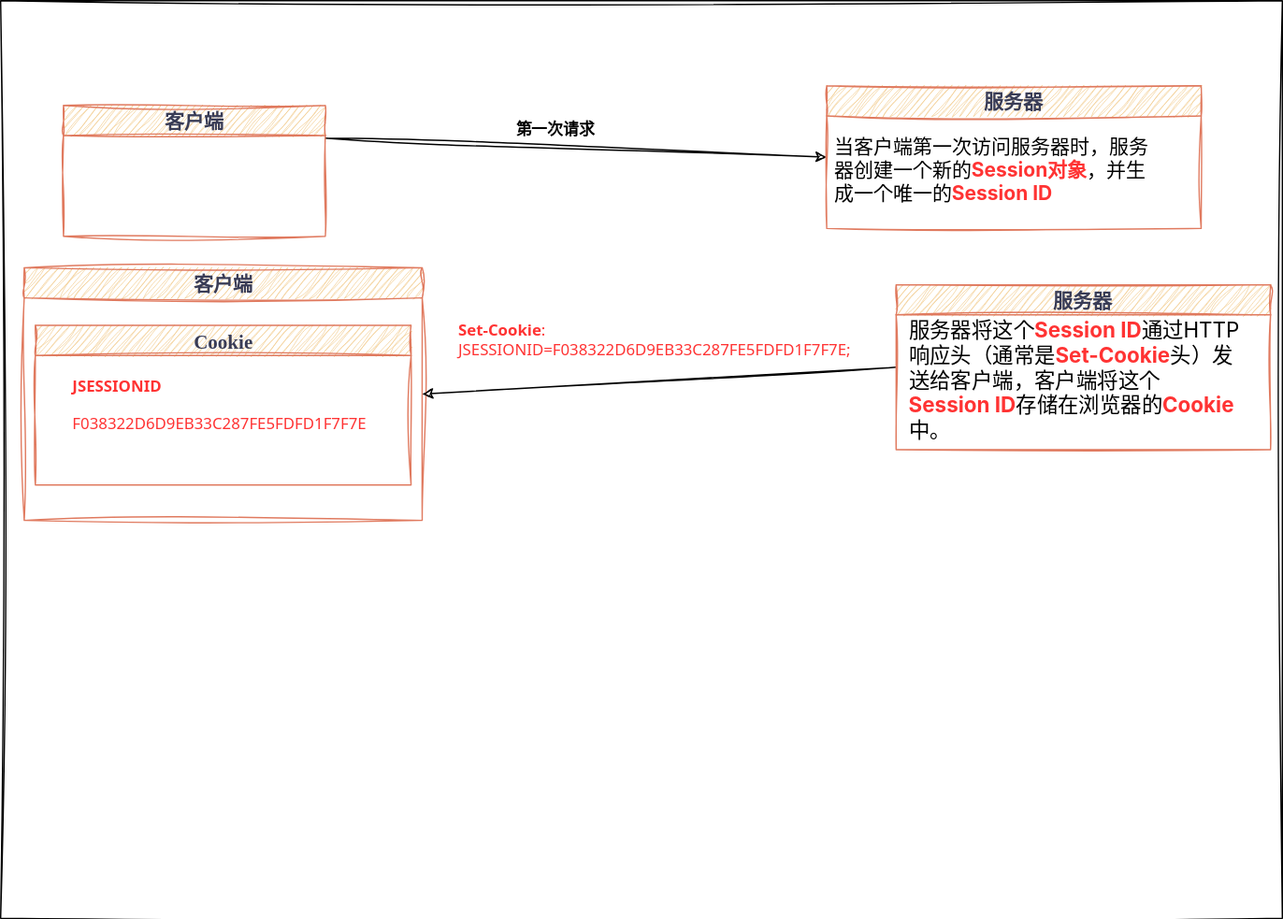
luguosong/images keeps this draw.io diagram as diagrams/java_serve/web_application/session_cookie/session原理图解.svg. Above is the earlier version. Source tidied: cells renumbered, new cells last; positions are measured from the earlier drawing's top-left corner, leaving out a move shared by most shapes.
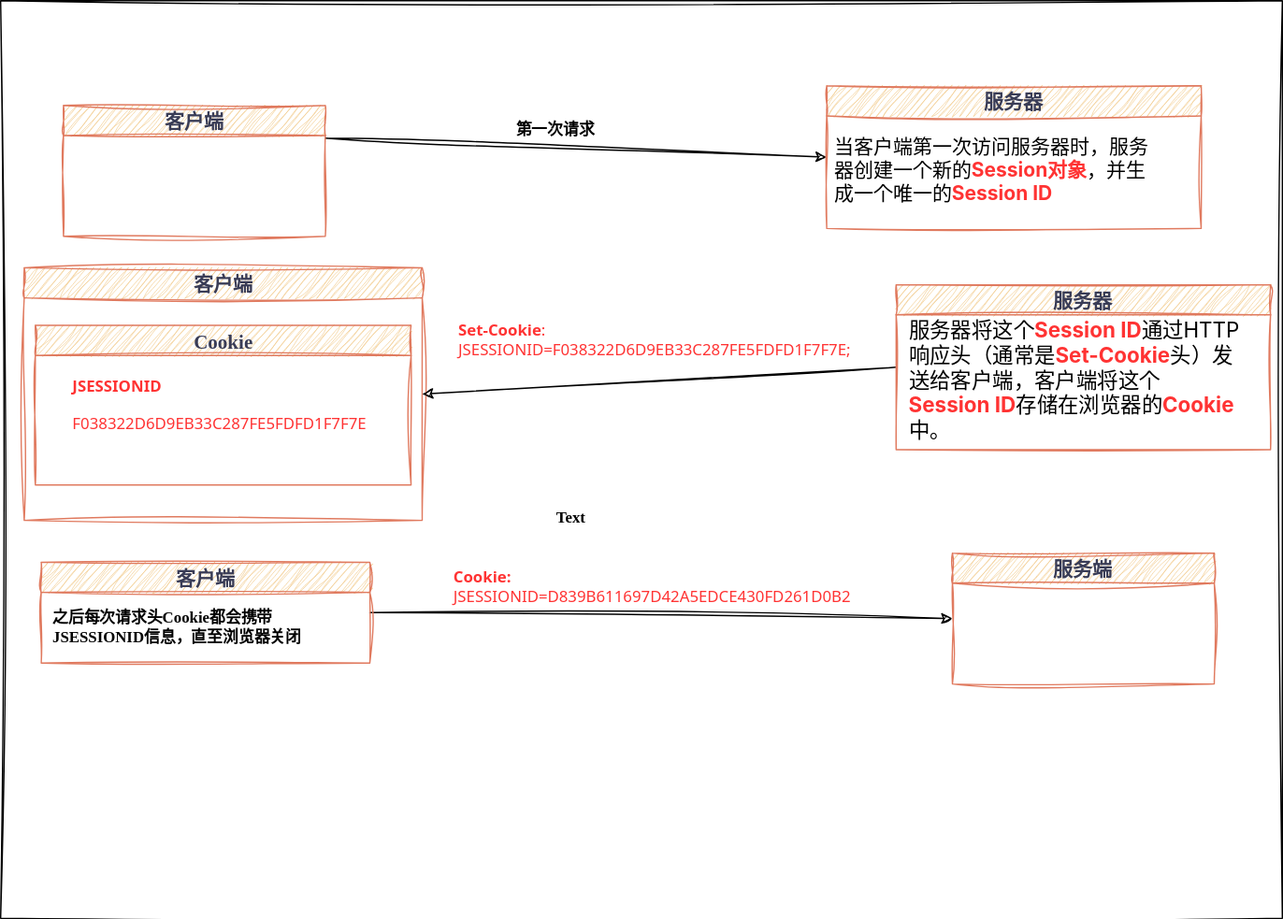
Later version of the same file.

Commit message:
更新session原理图解.svg

What changed in the source:
```diff
@@ -46,5 +46,23 @@
     <mxCell id="15" value="第一次请求" style="text;html=1;align=center;verticalAlign=middle;whiteSpace=wrap;rounded=0;fontFamily=LXGW WenKai;fontSize=12;fontColor=default;fontStyle=1;" parent="1" vertex="1">
       <mxGeometry x="372" y="84" width="104" height="30" as="geometry" />
     </mxCell>
+    <mxCell id="16" value="&lt;div style=&quot;width: 240px; min-width: 160px; max-width: 240px; flex-shrink: 0; text-transform: capitalize; overflow-wrap: break-word; font-family: system-ui, sans-serif; text-align: start;&quot; class=&quot;header-name&quot;&gt;&lt;span style=&quot;background-color: rgb(255, 255, 255);&quot;&gt;&lt;font style=&quot;&quot; color=&quot;#ff3333&quot;&gt;Cookie:&lt;/font&gt;&lt;/span&gt;&lt;/div&gt;&lt;div style=&quot;display: flex; overflow-wrap: anywhere; margin-inline-end: 14px; font-family: system-ui, sans-serif; font-weight: 400; text-align: start;&quot; class=&quot;header-value&quot;&gt;&lt;span style=&quot;background-color: rgb(255, 255, 255);&quot;&gt;&lt;font color=&quot;#ff3333&quot;&gt;JSESSIONID=D839B611697D42A5EDCE430FD261D0B2&lt;/font&gt;&lt;/span&gt;&lt;/div&gt;" style="text;html=1;align=center;verticalAlign=middle;whiteSpace=wrap;rounded=0;fontFamily=LXGW WenKai;fontSize=12;fontColor=default;fontStyle=1;" parent="1" vertex="1">
+      <mxGeometry x="337" y="433" width="336" height="30" as="geometry" />
+    </mxCell>
+    <mxCell id="17" style="edgeStyle=none;rounded=0;sketch=1;hachureGap=4;jiggle=2;curveFitting=1;jettySize=auto;html=1;exitX=1;exitY=0.5;exitDx=0;exitDy=0;entryX=0;entryY=0.5;entryDx=0;entryDy=0;fontFamily=LXGW WenKai;fontSource=https%3A%2F%2Ffonts.googleapis.com%2Fcss%3Ffamily%3DArchitects%2BDaughter;fontSize=12;fontColor=default;fontStyle=1;" parent="1" edge="1" source="18" target="20">
+      <mxGeometry relative="1" as="geometry" />
+    </mxCell>
+    <mxCell id="18" value="客户端" style="swimlane;whiteSpace=wrap;html=1;sketch=1;hachureGap=4;jiggle=2;curveFitting=1;fontFamily=LXGW WenKai;fontSize=15;strokeColor=#E07A5F;align=center;verticalAlign=middle;fontColor=#393C56;fontStyle=1;fillColor=#F2CC8F;fontSource=https%3A%2F%2Ffonts.googleapis.com%2Fcss%3Ffamily%3DArchitects%2BDaughter;labelBackgroundColor=none;" parent="1" vertex="1">
+      <mxGeometry x="31" y="429" width="251" height="77" as="geometry" />
+    </mxCell>
+    <mxCell id="19" value="之后每次请求头Cookie都会携带JSESSIONID信息，直至浏览器关闭" style="text;html=1;align=left;verticalAlign=middle;whiteSpace=wrap;rounded=0;fontFamily=LXGW WenKai;fontSize=12;fontColor=default;fontStyle=1;" parent="18" vertex="1">
+      <mxGeometry x="6.5" y="35" width="221" height="30" as="geometry" />
+    </mxCell>
+    <mxCell id="20" value="服务端" style="swimlane;whiteSpace=wrap;html=1;sketch=1;hachureGap=4;jiggle=2;curveFitting=1;fontFamily=LXGW WenKai;fontSize=15;strokeColor=#E07A5F;align=center;verticalAlign=middle;fontColor=#393C56;fontStyle=1;fillColor=#F2CC8F;fontSource=https%3A%2F%2Ffonts.googleapis.com%2Fcss%3Ffamily%3DArchitects%2BDaughter;labelBackgroundColor=none;startSize=23;" parent="1" vertex="1">
+      <mxGeometry x="727" y="422" width="200" height="100" as="geometry" />
+    </mxCell>
+    <mxCell id="21" value="Text" style="text;html=1;align=center;verticalAlign=middle;whiteSpace=wrap;rounded=0;fontFamily=LXGW WenKai;fontSize=12;fontColor=default;fontStyle=1;" parent="1" vertex="1">
+      <mxGeometry x="406" y="380" width="60" height="30" as="geometry" />
+    </mxCell>
   </root>
 </mxGraphModel>
```
